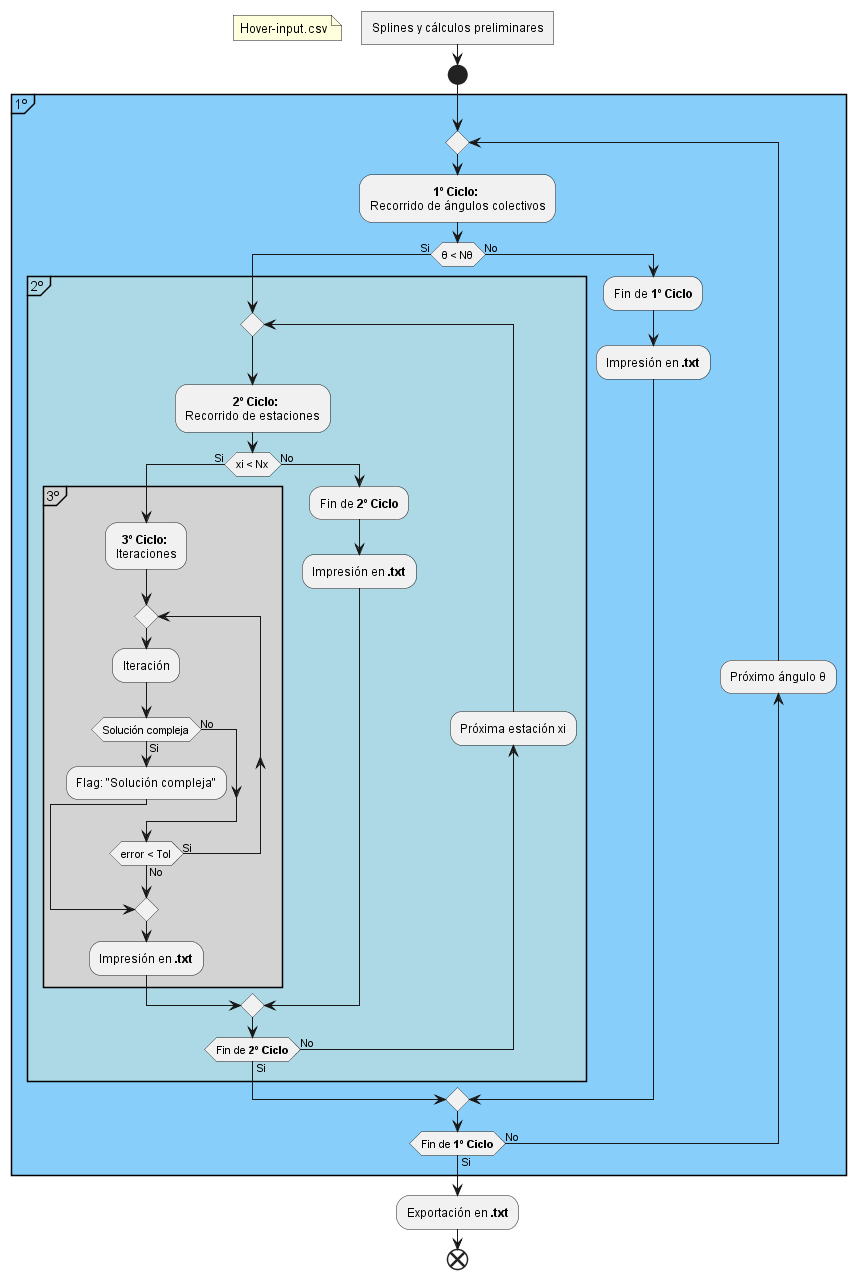
Before: Images/Hover-diagrama_de_flujo.png, a diagram exported from PlantUML (MartinPepa/Aero-II-codigos).
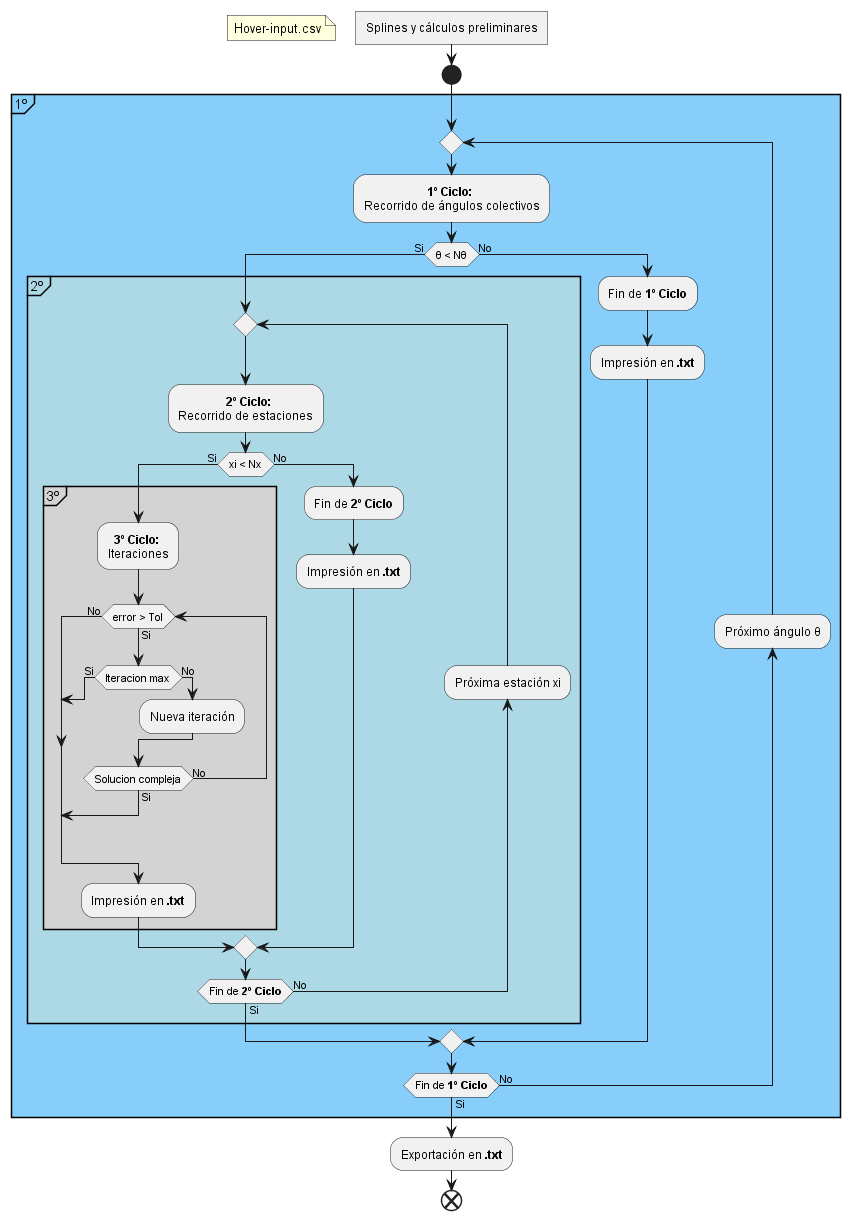
Later version of the same file.

What changed in the source:
```diff
@@ -20,14 +20,17 @@
                     if (xi < Nx) then (Si)
                         partition 3º #LightGrey {
                             :  **3º Ciclo:**\nIteraciones;
-                            repeat
-                                :Iteración;
-                                if (Solución compleja) then (Si)
-                                    :Flag: "Solución compleja";
-                                break
-                                else (No)
-                                endif
-                            repeat while (error < Tol) is (Si) not (No)
+                                while (error > Tol) is (Si)
+                                    if (Iteracion max) then (Si)
+                                        break
+                                    else (No)
+                                        :Nueva iteración;
+                                    endif
+                                    if (Solucion compleja) then (Si)
+                                        break
+                                    else (No)
+                                        endif
+                                endwhile (No)
                             :Impresión en **.txt**;
                         }
                     else (No)
```
